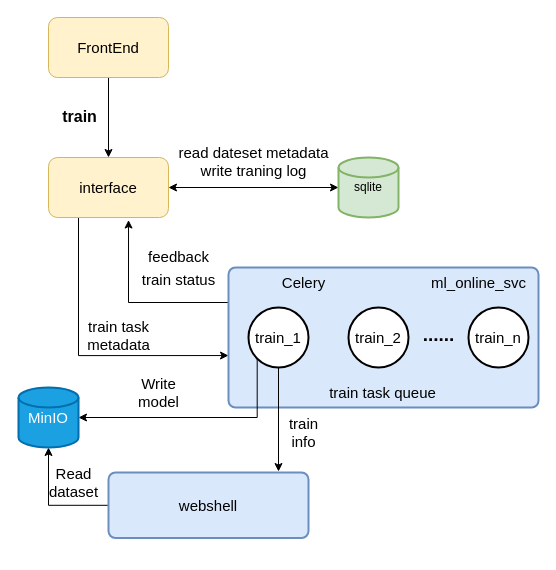
HuangLuGuang/diagrams keeps this draw.io diagram as 模型训练.drawio. Above is the earlier version. Source tidied: cells renumbered, new cells numbered last; positions are measured from the earlier drawing's top-left corner, leaving out a move shared by most shapes. Both pictures are drawn from the tidied source at 100%, with x=0, y=0 at pixel (18, 17).
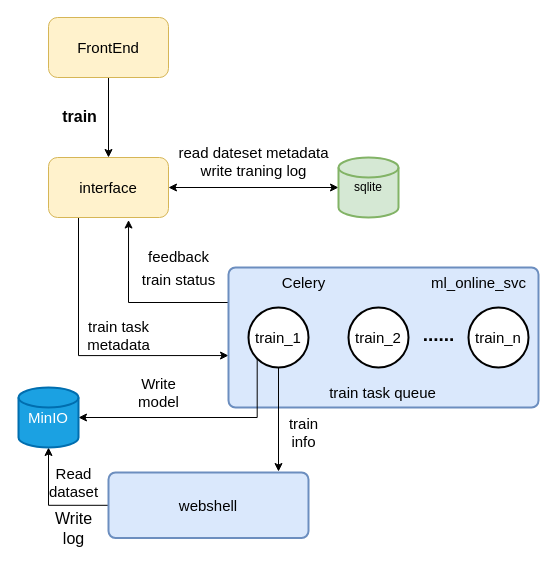
The same page after the edit.

Commit message:
更新模型训练.drawio

Change to the diagram source:
```diff
@@
+    <mxCell id="29" value="&lt;font style=&quot;font-size: 16px;&quot;&gt;Write&lt;br&gt;log&lt;/font&gt;" style="text;html=1;align=center;verticalAlign=middle;strokeColor=none;fillColor=none;" parent="1" vertex="1">
+      <mxGeometry x="25" y="485.5" width="60" height="50" as="geometry" />
+    </mxCell>
```
